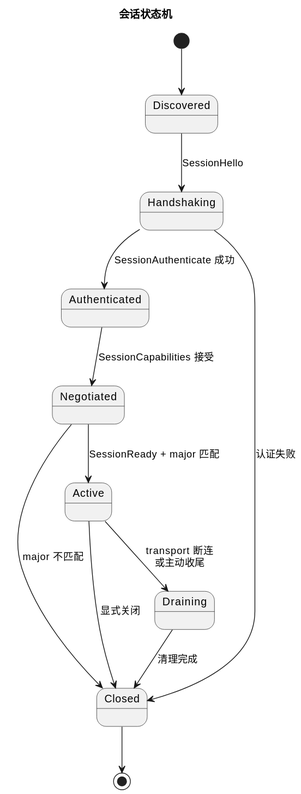
Above: docs/diagrams/plantuml/svg/session_lifecycle.svg in YunDrone-Team/yunlink (PlantUML), before the change. Source of this version:
```plantuml
@startuml
skinparamlocked backgroundColor white
title 会话状态机
skinparam backgroundColor white
skinparam shadowing false

[*] --> Discovered
Discovered --> Handshaking : SessionHello
Handshaking --> Authenticated : SessionAuthenticate 成功
Handshaking --> Closed : 认证失败
Authenticated --> Negotiated : SessionCapabilities 接受
Negotiated --> Active : SessionReady + major 匹配
Negotiated --> Closed : major 不匹配
Active --> Draining : transport 断连\n或主动收尾
Draining --> Closed : 清理完成
Active --> Closed : 显式关闭
Closed --> [*]
@enduml
```
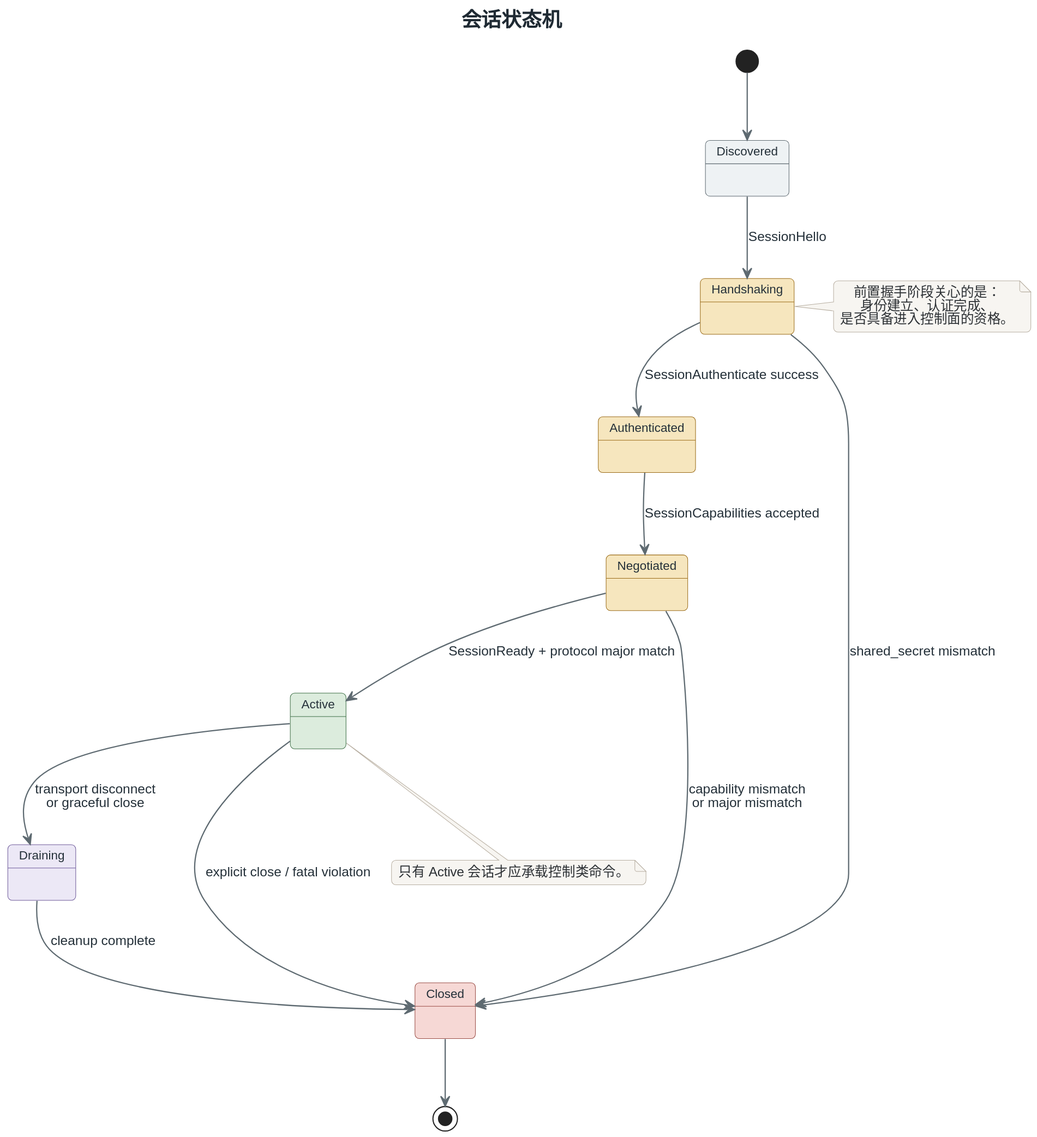
Above is the later version.

Change to the diagram source:
```diff
@@ -1,18 +1,35 @@
 @startuml
 skinparamlocked backgroundColor white
+!include _yunlink_protocol_theme.iuml
 title 会话状态机
-skinparam backgroundColor white
-skinparam shadowing false
+
+state "Discovered" as Discovered <<Neutral>>
+state "Handshaking" as Handshaking <<Transit>>
+state "Authenticated" as Authenticated <<Transit>>
+state "Negotiated" as Negotiated <<Transit>>
+state "Active" as Active <<ActiveState>>
+state "Draining" as Draining <<Terminal>>
+state "Closed" as Closed <<Risk>>
 
 [*] --> Discovered
 Discovered --> Handshaking : SessionHello
-Handshaking --> Authenticated : SessionAuthenticate 成功
-Handshaking --> Closed : 认证失败
-Authenticated --> Negotiated : SessionCapabilities 接受
-Negotiated --> Active : SessionReady + major 匹配
-Negotiated --> Closed : major 不匹配
-Active --> Draining : transport 断连\n或主动收尾
-Draining --> Closed : 清理完成
-Active --> Closed : 显式关闭
+Handshaking --> Authenticated : SessionAuthenticate success
+Handshaking --> Closed : shared_secret mismatch
+Authenticated --> Negotiated : SessionCapabilities accepted
+Negotiated --> Active : SessionReady + protocol major match
+Negotiated --> Closed : capability mismatch\nor major mismatch
+Active --> Draining : transport disconnect\nor graceful close
+Active --> Closed : explicit close / fatal violation
+Draining --> Closed : cleanup complete
 Closed --> [*]
+
+note right of Handshaking
+前置握手阶段关心的是：
+身份建立、认证完成、
+是否具备进入控制面的资格。
+end note
+
+note bottom of Active
+只有 Active 会话才应承载控制类命令。
+end note
 @enduml
```
